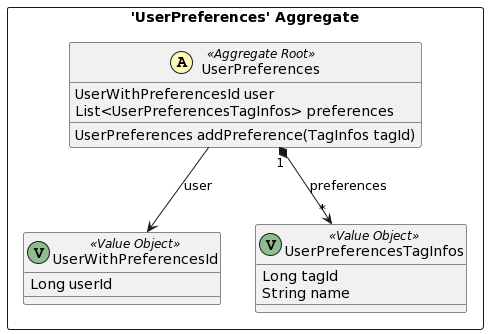
This is doc/dist/src-gen/gamedev_BC_SendQuestionContext_UserPreferences.png from esgi-lyon/question-ddd, a PlantUML export, as it was before one commit.
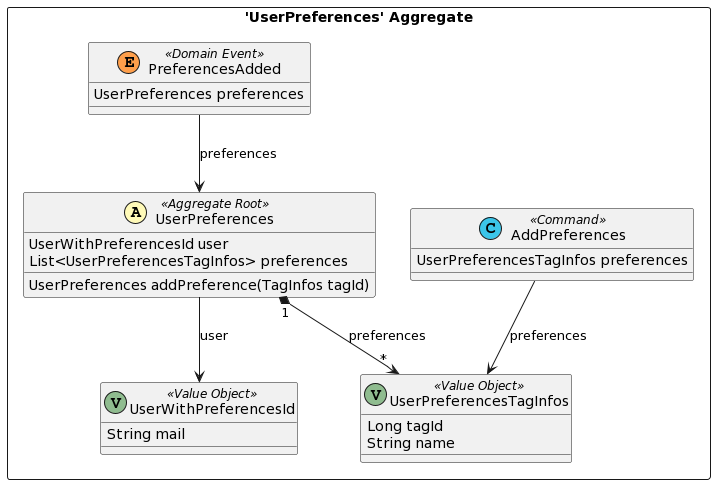
The same diagram one commit later.

The edit, as a diff of the source:
```diff
@@ -8,13 +8,21 @@
 		UserPreferences addPreference(TagInfos tagId)
 	}
 	class UserWithPreferencesId <<(V,DarkSeaGreen) Value Object>> {
-		Long userId
+		String mail
 	}
 	class UserPreferencesTagInfos <<(V,DarkSeaGreen) Value Object>> {
 		Long tagId
 		String name
 	}
+	class AddPreferences <<(C,#3bc5e9) Command>> {
+		UserPreferencesTagInfos preferences
+	}
+	class PreferencesAdded <<(E,#ff9f4b) Domain Event>> {
+		UserPreferences preferences
+	}
 }
 UserPreferences "1" *--> "*" UserPreferencesTagInfos : preferences
 UserPreferences --> UserWithPreferencesId : user
+PreferencesAdded --> UserPreferences : preferences
+AddPreferences --> UserPreferencesTagInfos : preferences
 @enduml
```
